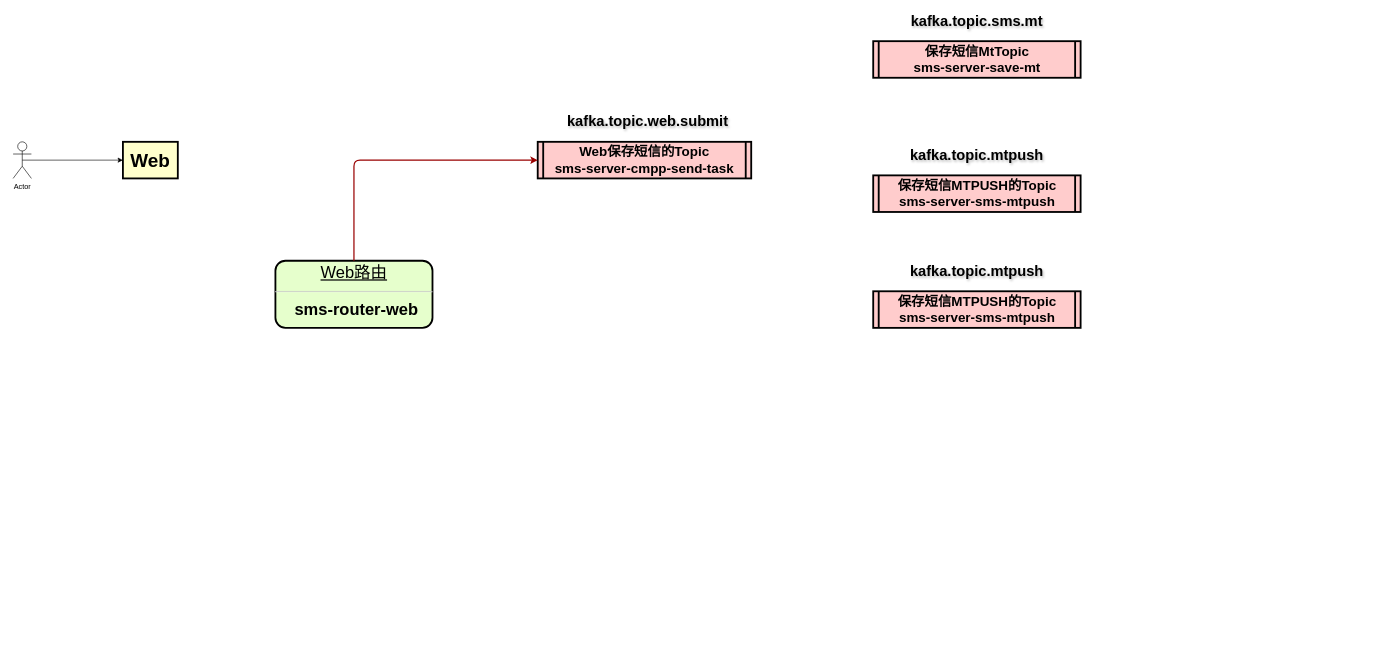
Above: 数据流转图.drawio in wangzhiliang/sms (draw.io), before the change. Source tidied: cells renumbered, new cells numbered last; positions are measured from the earlier drawing's top-left corner, leaving out a move shared by most shapes. Both pictures are drawn from the tidied source at 61%, with x=0, y=0 at pixel (13, 10).
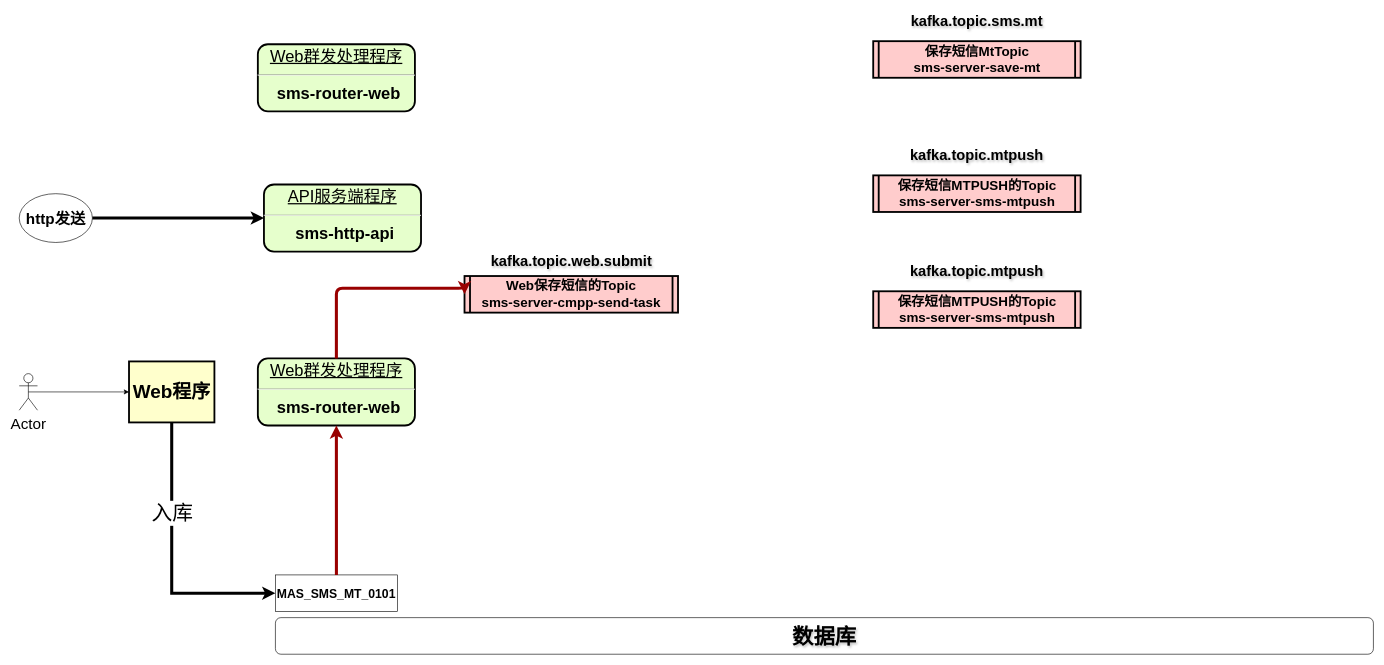
Above is the later version.

Commit message (it also covers changes not shown here):
更新数据流转图.drawio

Change to the diagram source:
```diff
@@
     <mxCell id="2" value="Web保存短信的Topic&#10;sms-server-cmpp-send-task" style="shape=process;whiteSpace=wrap;align=center;verticalAlign=middle;size=0.025;fontStyle=1;strokeWidth=3;fillColor=#FFCCCC;fontSize=22;" parent="1" vertex="1">
-      <mxGeometry x="860" y="215" width="350" height="60" as="geometry" />
+      <mxGeometry x="740" y="435" width="350" height="60" as="geometry" />
     </mxCell>
-    <mxCell id="3" value="&lt;p style=&quot;margin: 0px; margin-top: 4px; text-align: center; text-decoration: underline;&quot;&gt;&lt;span style=&quot;font-weight: normal;&quot;&gt;&lt;font&gt;Web路由&lt;/font&gt;&lt;/span&gt;&lt;/p&gt;&lt;hr&gt;&lt;p style=&quot;margin: 0px; margin-left: 8px;&quot;&gt;&lt;font&gt;sms-router-web&lt;/font&gt;&lt;/p&gt;" style="verticalAlign=middle;align=center;overflow=fill;fontSize=27;fontFamily=Helvetica;html=1;rounded=1;fontStyle=1;strokeWidth=3;fillColor=#E6FFCC;" parent="1" vertex="1">
-      <mxGeometry x="430" y="410" width="257.5" height="110" as="geometry" />
+    <mxCell id="3" value="&lt;p style=&quot;margin: 0px; margin-top: 4px; text-align: center; text-decoration: underline;&quot;&gt;&lt;span style=&quot;font-weight: normal;&quot;&gt;&lt;font&gt;Web群发处理程序&lt;/font&gt;&lt;/span&gt;&lt;/p&gt;&lt;hr&gt;&lt;p style=&quot;margin: 0px; margin-left: 8px;&quot;&gt;&lt;font&gt;sms-router-web&lt;/font&gt;&lt;/p&gt;" style="verticalAlign=middle;align=center;overflow=fill;fontSize=27;fontFamily=Helvetica;html=1;rounded=1;fontStyle=1;strokeWidth=3;fillColor=#E6FFCC;" parent="1" vertex="1">
+      <mxGeometry x="401.2" y="570" width="257.5" height="110" as="geometry" />
     </mxCell>
-    <mxCell id="4" value="Web" style="whiteSpace=wrap;align=center;verticalAlign=middle;fontStyle=1;strokeWidth=3;fillColor=#FFFFCC;fontSize=31;" parent="1" vertex="1">
-      <mxGeometry x="180" y="215" width="90" height="60" as="geometry" />
+    <mxCell id="4" value="Web程序" style="whiteSpace=wrap;align=center;verticalAlign=middle;fontStyle=1;strokeWidth=3;fillColor=#FFFFCC;fontSize=31;" parent="1" vertex="1">
+      <mxGeometry x="190" y="575" width="140" height="100" as="geometry" />
     </mxCell>
-    <mxCell id="5" style="edgeStyle=elbowEdgeStyle;elbow=vertical;strokeColor=#990000;strokeWidth=2;entryX=0;entryY=0.5;entryDx=0;entryDy=0;exitX=0.5;exitY=0;exitDx=0;exitDy=0;" parent="1" edge="1" source="3" target="2">
+    <mxCell id="5" style="edgeStyle=elbowEdgeStyle;elbow=vertical;strokeColor=#990000;strokeWidth=5;entryX=0;entryY=0.5;entryDx=0;entryDy=0;exitX=0.5;exitY=0;exitDx=0;exitDy=0;fontStyle=0;" parent="1" edge="1" source="3" target="2">
       <mxGeometry relative="1" as="geometry">
         <Array as="points">
-          <mxPoint x="660" y="245" />
+          <mxPoint x="650" y="455" />
         </Array>
       </mxGeometry>
     </mxCell>
     <mxCell id="6" value="kafka.topic.web.submit" style="text;spacingTop=-5;align=center;fontSize=24;fontStyle=1;labelBackgroundColor=none;labelBorderColor=none;html=1;textShadow=1;" parent="1" vertex="1">
-      <mxGeometry x="997.5" y="165" width="85" height="20" as="geometry" />
+      <mxGeometry x="872.5" y="395" width="85" height="20" as="geometry" />
     </mxCell>
@@
-    <mxCell id="13" value="Actor" style="shape=umlActor;verticalLabelPosition=bottom;verticalAlign=top;html=1;outlineConnect=0;" parent="1" vertex="1">
-      <mxGeometry y="215" width="30" height="60" as="geometry" />
+    <mxCell id="13" value="Actor" style="shape=umlActor;verticalLabelPosition=bottom;verticalAlign=top;html=1;outlineConnect=0;fontSize=25;" parent="1" vertex="1">
+      <mxGeometry x="10" y="595" width="30" height="60" as="geometry" />
     </mxCell>
@@
+    <mxCell id="15" value="数据库" style="rounded=1;whiteSpace=wrap;html=1;fontSize=35;fontStyle=1;textShadow=1;" parent="1" vertex="1">
+      <mxGeometry x="430" y="995" width="1800" height="60" as="geometry" />
+    </mxCell>
+    <mxCell id="16" value="&lt;span&gt;MAS_SMS_MT_0101&lt;/span&gt;" style="rounded=0;whiteSpace=wrap;html=1;fontSize=20;fontStyle=1;" parent="1" vertex="1">
+      <mxGeometry x="430" y="925" width="200" height="60" as="geometry" />
+    </mxCell>
+    <mxCell id="17" style="edgeStyle=elbowEdgeStyle;elbow=vertical;strokeColor=#990000;strokeWidth=5;entryX=0.5;entryY=1;entryDx=0;entryDy=0;exitX=0.5;exitY=0;exitDx=0;exitDy=0;" parent="1" edge="1" source="16" target="3">
+      <mxGeometry relative="1" as="geometry">
+        <Array as="points">
+          <mxPoint x="500" y="825" />
+        </Array>
+      </mxGeometry>
+    </mxCell>
+    <mxCell id="18" style="endArrow=classic;html=1;rounded=0;entryX=0;entryY=0.5;entryDx=0;entryDy=0;exitX=0.5;exitY=1;exitDx=0;exitDy=0;strokeWidth=5;" parent="1" edge="1" source="4" target="16">
+      <mxGeometry relative="1" as="geometry">
+        <Array as="points">
+          <mxPoint x="260" y="955" />
+        </Array>
+      </mxGeometry>
+    </mxCell>
+    <mxCell id="19" value="&lt;font style=&quot;font-size: 34px;&quot;&gt;入库&lt;/font&gt;" style="edgeLabel;html=1;align=center;verticalAlign=middle;" parent="18" vertex="1">
+      <mxGeometry x="-0.34" relative="1" as="geometry" />
+    </mxCell>
+    <mxCell id="20" value="&lt;p style=&quot;margin: 0px; margin-top: 4px; text-align: center; text-decoration: underline;&quot;&gt;&lt;span style=&quot;font-weight: normal;&quot;&gt;&lt;font&gt;API服务端程序&lt;/font&gt;&lt;/span&gt;&lt;/p&gt;&lt;hr&gt;&lt;p style=&quot;margin: 0px; margin-left: 8px;&quot;&gt;&lt;font&gt;sms-http-api&lt;/font&gt;&lt;/p&gt;" style="verticalAlign=middle;align=center;overflow=fill;fontSize=27;fontFamily=Helvetica;html=1;rounded=1;fontStyle=1;strokeWidth=3;fillColor=#E6FFCC;" parent="1" vertex="1">
+      <mxGeometry x="411.2" y="285" width="257.5" height="110" as="geometry" />
+    </mxCell>
+    <mxCell id="21" value="&lt;p style=&quot;margin: 0px; margin-top: 4px; text-align: center; text-decoration: underline;&quot;&gt;&lt;span style=&quot;font-weight: normal;&quot;&gt;&lt;font&gt;Web群发处理程序&lt;/font&gt;&lt;/span&gt;&lt;/p&gt;&lt;hr&gt;&lt;p style=&quot;margin: 0px; margin-left: 8px;&quot;&gt;&lt;font&gt;sms-router-web&lt;/font&gt;&lt;/p&gt;" style="verticalAlign=middle;align=center;overflow=fill;fontSize=27;fontFamily=Helvetica;html=1;rounded=1;fontStyle=1;strokeWidth=3;fillColor=#E6FFCC;" parent="1" vertex="1">
+      <mxGeometry x="401.2" y="55" width="257.5" height="110" as="geometry" />
+    </mxCell>
+    <mxCell id="22" value="http发送" style="ellipse;whiteSpace=wrap;html=1;fontSize=25;fontStyle=1;" parent="1" vertex="1">
+      <mxGeometry x="10" y="300" width="120" height="80" as="geometry" />
+    </mxCell>
+    <mxCell id="23" style="endArrow=classic;html=1;rounded=0;entryX=0;entryY=0.5;entryDx=0;entryDy=0;exitX=1;exitY=0.5;exitDx=0;exitDy=0;strokeWidth=5;" parent="1" edge="1" source="22" target="20">
+      <mxGeometry relative="1" as="geometry" />
+    </mxCell>
```
